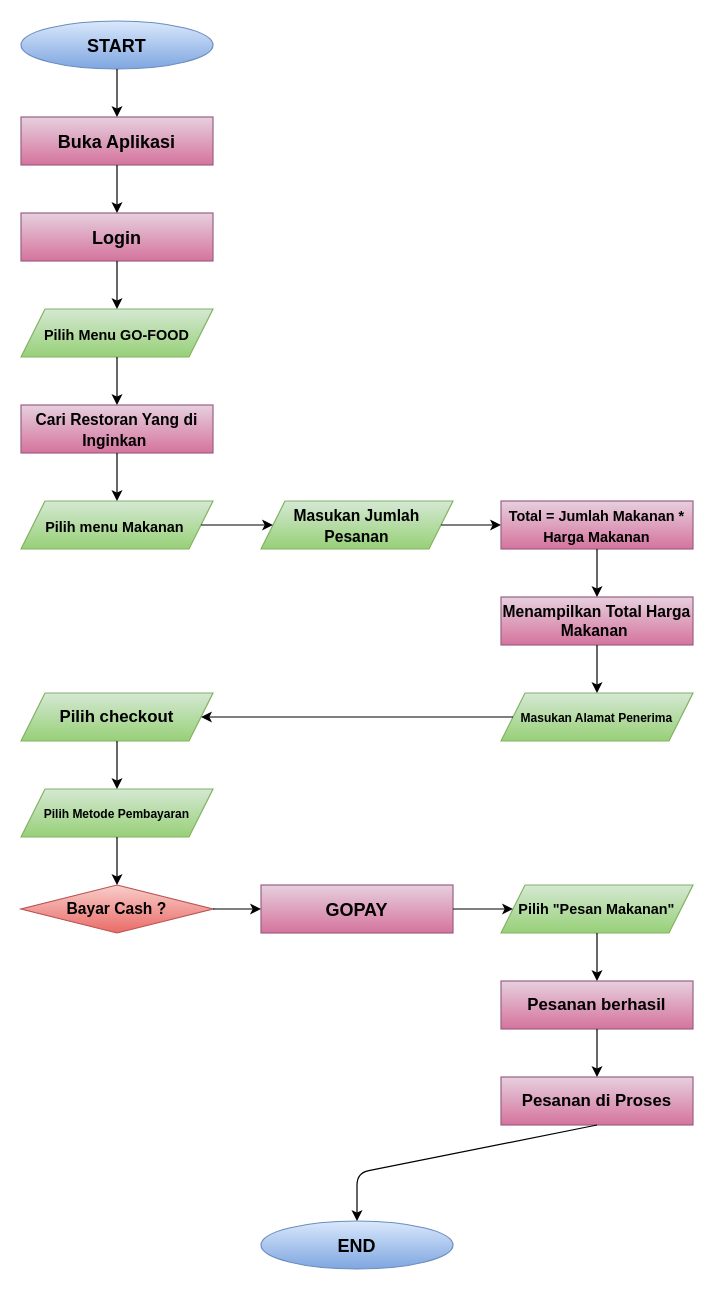
The draw.io diagram flowchart.drawio in AinunNafisah-FE2787774/ainun_nafisah-go_food_Online, before the edit. Source tidied: cells renumbered, new cells numbered last; positions are measured from the earlier drawing's top-left corner, leaving out a move shared by most shapes. Both pictures are drawn from the tidied source at 120%, with x=0, y=0 at pixel (20, 20).
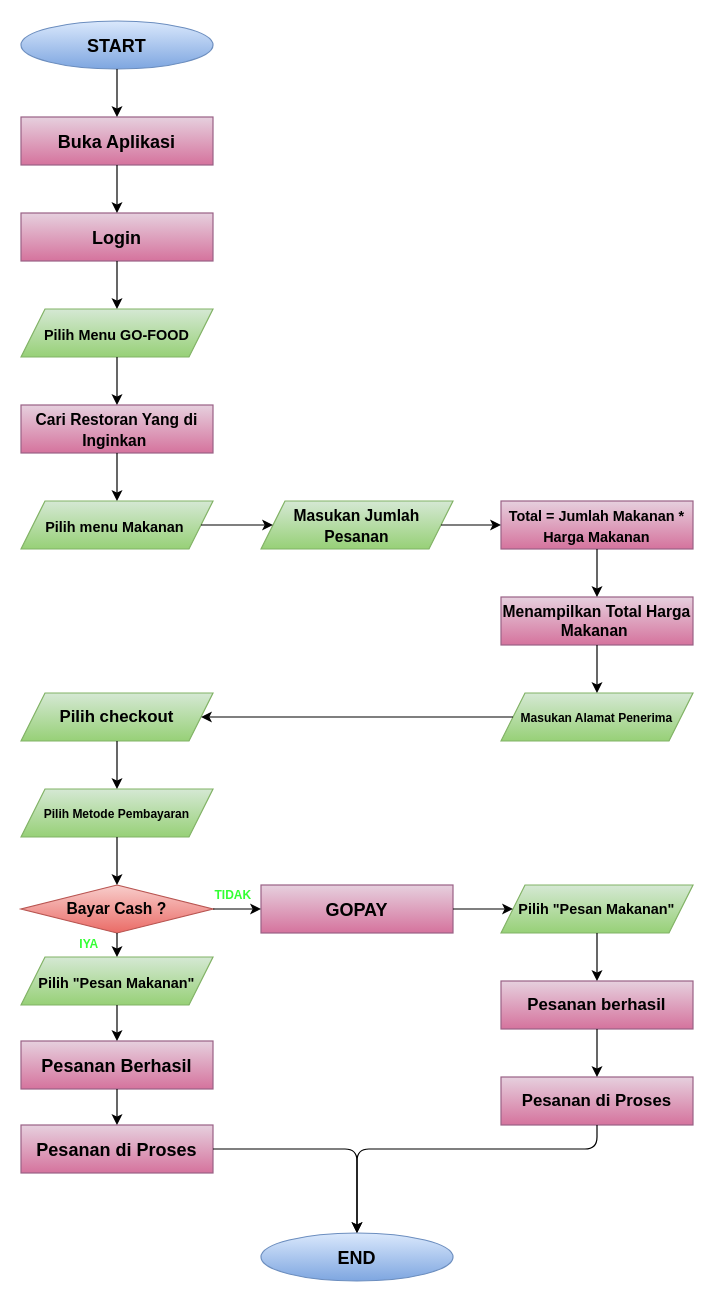
After the change.

Commit message:
Add If Cash Payment

Unchanged cells that the change refers to:
```xml
<mxCell id="22" value="&lt;b&gt;Bayar Cash ?&lt;/b&gt;" style="rhombus;whiteSpace=wrap;html=1;fontSize=13;fillColor=#f8cecc;gradientColor=#ea6b66;strokeColor=#b85450;" parent="1" vertex="1">
  <mxGeometry y="720" width="160" height="40" as="geometry" />
</mxCell>
<mxCell id="33" value="&lt;b&gt;Pesanan di Proses&lt;/b&gt;" style="rounded=0;whiteSpace=wrap;html=1;fontSize=14;fillColor=#e6d0de;gradientColor=#d5739d;strokeColor=#996185;" parent="1" vertex="1">
  <mxGeometry x="400" y="880" width="160" height="40" as="geometry" />
</mxCell>
```

Change to the diagram source:
```diff
@@
     <mxCell id="35" value="&lt;font color=&quot;#000000&quot; size=&quot;1&quot;&gt;&lt;b style=&quot;font-size: 15px&quot;&gt;END&lt;/b&gt;&lt;/font&gt;" style="ellipse;whiteSpace=wrap;html=1;fontSize=12;fillColor=#dae8fc;gradientColor=#7ea6e0;strokeColor=#6c8ebf;" parent="1" vertex="1">
-      <mxGeometry x="200" y="1000" width="160" height="40" as="geometry" />
+      <mxGeometry x="200" y="1010" width="160" height="40" as="geometry" />
     </mxCell>
-    <mxCell id="36" style="endArrow=classic;html=1;fontSize=15;fontColor=#000000;exitX=0.5;exitY=1;exitDx=0;exitDy=0;entryX=0.5;entryY=0;entryDx=0;entryDy=0;" parent="1" edge="1" source="33" target="35">
-      <mxGeometry relative="1" as="geometry">
-        <Array as="points">
-          <mxPoint x="280" y="960" />
-        </Array>
-      </mxGeometry>
-    </mxCell>
+    <mxCell id="37" value="&lt;b style=&quot;color: rgb(0 , 0 , 0) ; font-size: 12px&quot;&gt;Pilih &quot;Pesan Makanan&quot;&lt;/b&gt;" style="shape=parallelogram;perimeter=parallelogramPerimeter;whiteSpace=wrap;html=1;fixedSize=1;fontSize=15;fillColor=#d5e8d4;gradientColor=#97d077;strokeColor=#82b366;" parent="1" vertex="1">
+      <mxGeometry y="780" width="160" height="40" as="geometry" />
+    </mxCell>
+    <mxCell id="38" value="&lt;b&gt;Pesanan Berhasil&lt;/b&gt;" style="rounded=0;whiteSpace=wrap;html=1;fontSize=15;fillColor=#e6d0de;gradientColor=#d5739d;strokeColor=#996185;" parent="1" vertex="1">
+      <mxGeometry y="850" width="160" height="40" as="geometry" />
+    </mxCell>
+    <mxCell id="39" value="&lt;b&gt;Pesanan di Proses&lt;/b&gt;" style="rounded=0;whiteSpace=wrap;html=1;fontSize=15;fillColor=#e6d0de;gradientColor=#d5739d;strokeColor=#996185;" parent="1" vertex="1">
+      <mxGeometry y="920" width="160" height="40" as="geometry" />
+    </mxCell>
+    <mxCell id="40" style="endArrow=classic;html=1;fontSize=15;fontColor=#000000;exitX=1;exitY=0.5;exitDx=0;exitDy=0;entryX=0.5;entryY=0;entryDx=0;entryDy=0;" parent="1" edge="1" source="39" target="35">
+      <mxGeometry relative="1" as="geometry">
+        <Array as="points">
+          <mxPoint x="280" y="940" />
+        </Array>
+      </mxGeometry>
+    </mxCell>
+    <mxCell id="41" style="endArrow=classic;html=1;fontSize=15;fontColor=#000000;exitX=0.5;exitY=1;exitDx=0;exitDy=0;" parent="1" edge="1" source="33">
+      <mxGeometry relative="1" as="geometry">
+        <mxPoint x="280" y="1010" as="targetPoint" />
+        <Array as="points">
+          <mxPoint x="480" y="940" />
+          <mxPoint x="280" y="940" />
+        </Array>
+      </mxGeometry>
+    </mxCell>
+    <mxCell id="42" style="endArrow=classic;html=1;fontSize=15;fontColor=#000000;exitX=0.5;exitY=1;exitDx=0;exitDy=0;entryX=0.5;entryY=0;entryDx=0;entryDy=0;" parent="1" edge="1" source="37" target="38">
+      <mxGeometry relative="1" as="geometry" />
+    </mxCell>
+    <mxCell id="43" style="endArrow=classic;html=1;fontSize=15;fontColor=#000000;exitX=0.5;exitY=1;exitDx=0;exitDy=0;entryX=0.5;entryY=0;entryDx=0;entryDy=0;" parent="1" edge="1" source="38" target="39">
+      <mxGeometry relative="1" as="geometry" />
+    </mxCell>
+    <mxCell id="44" style="endArrow=classic;html=1;fontSize=15;fontColor=#000000;exitX=0.5;exitY=1;exitDx=0;exitDy=0;entryX=0.5;entryY=0;entryDx=0;entryDy=0;" parent="1" edge="1" source="22" target="37">
+      <mxGeometry relative="1" as="geometry" />
+    </mxCell>
+    <mxCell id="45" value="&lt;font color=&quot;#33ff33&quot; size=&quot;1&quot;&gt;&lt;b&gt;TIDAK&lt;/b&gt;&lt;/font&gt;" style="text;html=1;strokeColor=none;fillColor=none;align=center;verticalAlign=middle;whiteSpace=wrap;rounded=0;fontSize=15;fontColor=#000000;" parent="1" vertex="1">
+      <mxGeometry x="147" y="711" width="60" height="30" as="geometry" />
+    </mxCell>
+    <mxCell id="46" value="&lt;b&gt;IYA&lt;/b&gt;" style="text;html=1;strokeColor=none;fillColor=none;align=center;verticalAlign=middle;whiteSpace=wrap;rounded=0;fontSize=10;fontColor=#33FF33;" parent="1" vertex="1">
+      <mxGeometry x="27" y="754" width="60" height="30" as="geometry" />
+    </mxCell>
```
